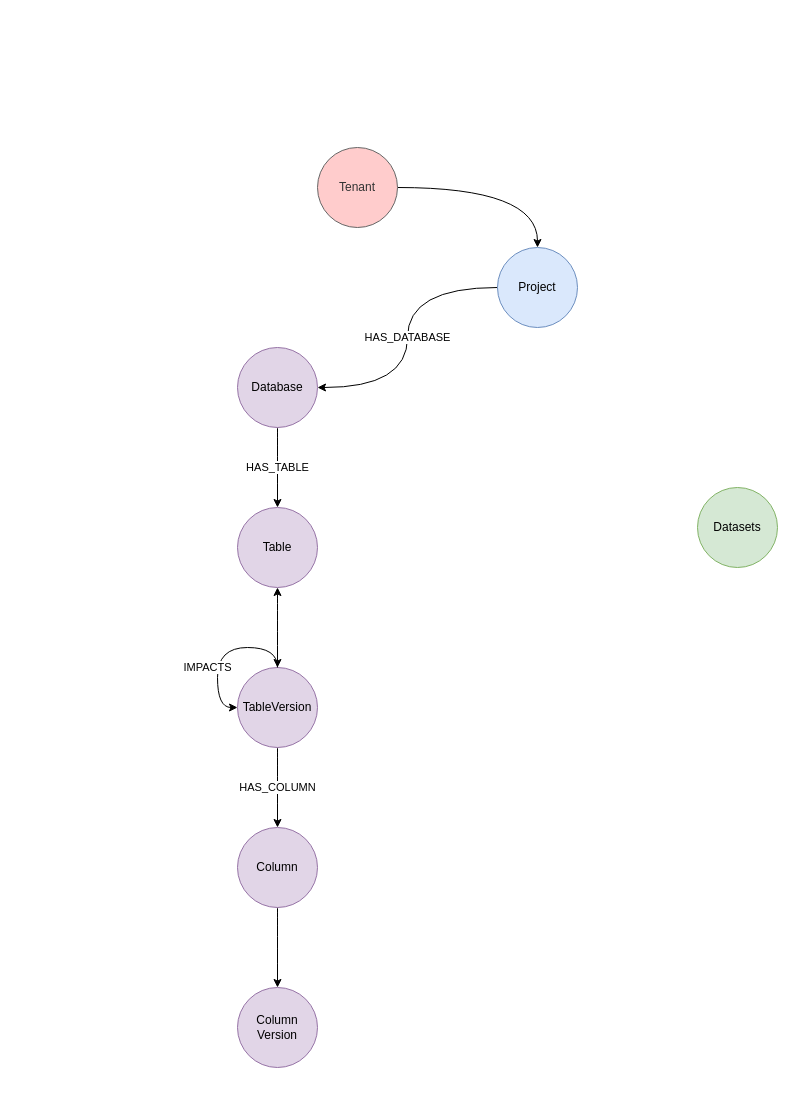
The draw.io diagram diagrams/data-models.drawio in idarb-oss/alinea-doc, before the edit. Source tidied: cells renumbered, new cells numbered last; positions are measured from the earlier drawing's top-left corner, leaving out a move shared by most shapes. Both pictures are drawn from the tidied source at 100%, with x=0, y=0 at pixel (217, 147).
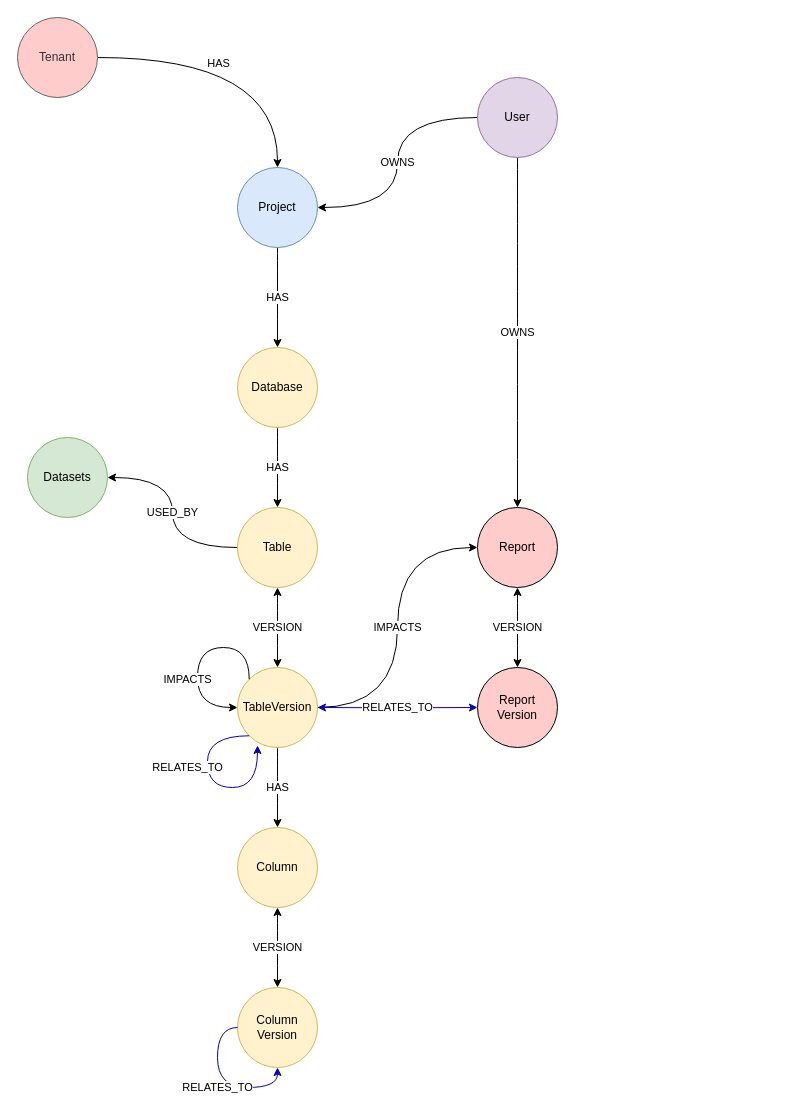
After the change.

Unchanged cells that the change refers to:
```xml
<mxCell id="2" style="edgeStyle=orthogonalEdgeStyle;rounded=0;jettySize=auto;html=1;exitX=1;exitY=0.5;exitDx=0;exitDy=0;entryX=0.5;entryY=0;entryDx=0;entryDy=0;curved=1;" parent="1" edge="1" source="3" target="5">
  <mxGeometry relative="1" as="geometry" />
</mxCell>
```

Change to the diagram source:
```diff
@@
+    <mxCell id="17" value="HAS" style="edgeLabel;html=1;align=center;verticalAlign=middle;" parent="2" vertex="1">
+      <mxGeometry x="-0.17" y="-5" relative="1" as="geometry" />
+    </mxCell>
     <mxCell id="3" value="Tenant" style="ellipse;whiteSpace=wrap;html=1;strokeColor=#666666;fontColor=#333333;fillColor=#FFCCCC;" parent="1" vertex="1">
-      <mxGeometry x="100" width="80" height="80" as="geometry" />
+      <mxGeometry x="-200" y="-130" width="80" height="80" as="geometry" />
     </mxCell>
-    <mxCell id="4" value="HAS_DATABASE" style="edgeStyle=orthogonalEdgeStyle;curved=1;rounded=0;jettySize=auto;html=1;exitX=0;exitY=0.5;exitDx=0;exitDy=0;entryX=1;entryY=0.5;entryDx=0;entryDy=0;" parent="1" edge="1" source="5" target="8">
+    <mxCell id="4" value="HAS" style="edgeStyle=orthogonalEdgeStyle;curved=1;rounded=0;jettySize=auto;html=1;exitX=0.5;exitY=1;exitDx=0;exitDy=0;entryX=0.5;entryY=0;entryDx=0;entryDy=0;" parent="1" edge="1" source="5" target="8">
       <mxGeometry relative="1" as="geometry" />
     </mxCell>
     <mxCell id="5" value="Project" style="ellipse;whiteSpace=wrap;html=1;fillColor=#dae8fc;strokeColor=#6c8ebf;" parent="1" vertex="1">
-      <mxGeometry x="280" y="100" width="80" height="80" as="geometry" />
+      <mxGeometry x="20" y="20" width="80" height="80" as="geometry" />
     </mxCell>
     <mxCell id="6" value="Datasets" style="ellipse;whiteSpace=wrap;html=1;fillColor=#d5e8d4;strokeColor=#82b366;" parent="1" vertex="1">
-      <mxGeometry x="480" y="340" width="80" height="80" as="geometry" />
+      <mxGeometry x="-190" y="290" width="80" height="80" as="geometry" />
     </mxCell>
-    <mxCell id="7" value="HAS_TABLE" style="edgeStyle=orthogonalEdgeStyle;curved=1;rounded=0;jettySize=auto;html=1;exitX=0.5;exitY=1;exitDx=0;exitDy=0;entryX=0.5;entryY=0;entryDx=0;entryDy=0;" parent="1" edge="1" source="8" target="10">
+    <mxCell id="7" value="HAS" style="edgeStyle=orthogonalEdgeStyle;curved=1;rounded=0;jettySize=auto;html=1;exitX=0.5;exitY=1;exitDx=0;exitDy=0;entryX=0.5;entryY=0;entryDx=0;entryDy=0;" parent="1" edge="1" source="8" target="10">
       <mxGeometry relative="1" as="geometry" />
     </mxCell>
-    <mxCell id="8" value="Database" style="ellipse;whiteSpace=wrap;html=1;fillColor=#e1d5e7;strokeColor=#9673a6;" parent="1" vertex="1">
+    <mxCell id="8" value="Database" style="ellipse;whiteSpace=wrap;html=1;fillColor=#fff2cc;strokeColor=#d6b656;" parent="1" vertex="1">
       <mxGeometry x="20" y="200" width="80" height="80" as="geometry" />
     </mxCell>
-    <mxCell id="9" style="edgeStyle=orthogonalEdgeStyle;curved=1;rounded=0;jettySize=auto;html=1;exitX=0.5;exitY=1;exitDx=0;exitDy=0;entryX=0.5;entryY=0;entryDx=0;entryDy=0;startArrow=classic;startFill=1;" parent="1" edge="1" source="10" target="12">
+    <mxCell id="9" value="VERSION" style="edgeStyle=orthogonalEdgeStyle;curved=1;rounded=0;jettySize=auto;html=1;exitX=0.5;exitY=1;exitDx=0;exitDy=0;entryX=0.5;entryY=0;entryDx=0;entryDy=0;startArrow=classic;startFill=1;" parent="1" edge="1" source="10" target="12">
       <mxGeometry relative="1" as="geometry" />
     </mxCell>
+    <mxCell id="18" value="USED_BY" style="edgeStyle=orthogonalEdgeStyle;curved=1;rounded=0;jettySize=auto;html=1;exitX=0;exitY=0.5;exitDx=0;exitDy=0;entryX=1;entryY=0.5;entryDx=0;entryDy=0;startArrow=none;startFill=0;" parent="1" edge="1" source="10" target="6">
+      <mxGeometry relative="1" as="geometry" />
+    </mxCell>
-    <mxCell id="10" value="Table" style="ellipse;whiteSpace=wrap;html=1;fillColor=#e1d5e7;strokeColor=#9673a6;" parent="1" vertex="1">
+    <mxCell id="10" value="Table" style="ellipse;whiteSpace=wrap;html=1;fillColor=#fff2cc;strokeColor=#d6b656;" parent="1" vertex="1">
       <mxGeometry x="20" y="360" width="80" height="80" as="geometry" />
     </mxCell>
-    <mxCell id="11" value="HAS_COLUMN" style="edgeStyle=orthogonalEdgeStyle;curved=1;rounded=0;jettySize=auto;html=1;exitX=0.5;exitY=1;exitDx=0;exitDy=0;entryX=0.5;entryY=0;entryDx=0;entryDy=0;" parent="1" edge="1" source="12" target="14">
+    <mxCell id="11" value="HAS" style="edgeStyle=orthogonalEdgeStyle;curved=1;rounded=0;jettySize=auto;html=1;exitX=0.5;exitY=1;exitDx=0;exitDy=0;entryX=0.5;entryY=0;entryDx=0;entryDy=0;" parent="1" edge="1" source="12" target="14">
       <mxGeometry relative="1" as="geometry" />
     </mxCell>
+    <mxCell id="19" value="IMPACTS" style="edgeStyle=orthogonalEdgeStyle;curved=1;rounded=0;jettySize=auto;html=1;exitX=1;exitY=0.5;exitDx=0;exitDy=0;entryX=0;entryY=0.5;entryDx=0;entryDy=0;startArrow=none;startFill=0;" parent="1" edge="1" source="12" target="25">
+      <mxGeometry relative="1" as="geometry" />
+    </mxCell>
+    <mxCell id="20" value="RELATES_TO" style="edgeStyle=orthogonalEdgeStyle;curved=1;rounded=0;jettySize=auto;html=1;entryX=0;entryY=0.5;entryDx=0;entryDy=0;startArrow=classic;startFill=1;strokeColor=#0000CC;" parent="1" edge="1" target="26">
+      <mxGeometry relative="1" as="geometry">
+        <mxPoint x="100" y="560" as="sourcePoint" />
+      </mxGeometry>
+    </mxCell>
-    <mxCell id="12" value="TableVersion" style="ellipse;whiteSpace=wrap;html=1;fillColor=#e1d5e7;strokeColor=#9673a6;" parent="1" vertex="1">
+    <mxCell id="12" value="TableVersion" style="ellipse;whiteSpace=wrap;html=1;fillColor=#fff2cc;strokeColor=#d6b656;" parent="1" vertex="1">
       <mxGeometry x="20" y="520" width="80" height="80" as="geometry" />
     </mxCell>
-    <mxCell id="13" style="edgeStyle=orthogonalEdgeStyle;curved=1;rounded=0;jettySize=auto;html=1;exitX=0.5;exitY=1;exitDx=0;exitDy=0;entryX=0.5;entryY=0;entryDx=0;entryDy=0;" parent="1" edge="1" source="14" target="15">
+    <mxCell id="13" value="VERSION" style="edgeStyle=orthogonalEdgeStyle;curved=1;rounded=0;jettySize=auto;html=1;exitX=0.5;exitY=1;exitDx=0;exitDy=0;entryX=0.5;entryY=0;entryDx=0;entryDy=0;startArrow=classic;startFill=1;" parent="1" edge="1" source="14" target="15">
       <mxGeometry relative="1" as="geometry" />
     </mxCell>
-    <mxCell id="14" value="Column" style="ellipse;whiteSpace=wrap;html=1;fillColor=#e1d5e7;strokeColor=#9673a6;" parent="1" vertex="1">
+    <mxCell id="14" value="Column" style="ellipse;whiteSpace=wrap;html=1;fillColor=#fff2cc;strokeColor=#d6b656;" parent="1" vertex="1">
       <mxGeometry x="20" y="680" width="80" height="80" as="geometry" />
     </mxCell>
-    <mxCell id="15" value="&lt;div&gt;Column&lt;/div&gt;&lt;div&gt;Version&lt;/div&gt;" style="ellipse;whiteSpace=wrap;html=1;fillColor=#e1d5e7;strokeColor=#9673a6;" parent="1" vertex="1">
+    <mxCell id="15" value="&lt;div&gt;Column&lt;/div&gt;&lt;div&gt;Version&lt;/div&gt;" style="ellipse;whiteSpace=wrap;html=1;fillColor=#fff2cc;strokeColor=#d6b656;" parent="1" vertex="1">
       <mxGeometry x="20" y="840" width="80" height="80" as="geometry" />
     </mxCell>
-    <mxCell id="16" value="IMPACTS" style="edgeStyle=orthogonalEdgeStyle;curved=1;rounded=0;orthogonalLoop=1;jettySize=auto;html=1;exitX=0.5;exitY=0;exitDx=0;exitDy=0;entryX=0;entryY=0.5;entryDx=0;entryDy=0;" parent="1" edge="1" source="12" target="12">
+    <mxCell id="16" value="IMPACTS" style="edgeStyle=orthogonalEdgeStyle;curved=1;rounded=0;orthogonalLoop=1;jettySize=auto;html=1;exitX=0;exitY=0;exitDx=0;exitDy=0;entryX=0;entryY=0.5;entryDx=0;entryDy=0;" parent="1" edge="1" source="12" target="12">
       <mxGeometry x="0.25" y="-10" relative="1" as="geometry">
         <Array as="points">
-          <mxPoint x="60" y="500" />
-          <mxPoint y="500" />
-          <mxPoint y="560" />
+          <mxPoint x="32" y="500" />
+          <mxPoint x="-20" y="500" />
+          <mxPoint x="-20" y="560" />
         </Array>
       </mxGeometry>
     </mxCell>
+    <mxCell id="21" value="OWNS" style="edgeStyle=orthogonalEdgeStyle;curved=1;rounded=0;jettySize=auto;html=1;exitX=0;exitY=0.5;exitDx=0;exitDy=0;entryX=1;entryY=0.5;entryDx=0;entryDy=0;startArrow=none;startFill=0;" parent="1" edge="1" source="23" target="5">
+      <mxGeometry relative="1" as="geometry" />
+    </mxCell>
+    <mxCell id="22" value="OWNS" style="edgeStyle=orthogonalEdgeStyle;curved=1;rounded=0;jettySize=auto;html=1;exitX=0.5;exitY=1;exitDx=0;exitDy=0;entryX=0.5;entryY=0;entryDx=0;entryDy=0;startArrow=none;startFill=0;" parent="1" edge="1" source="23" target="25">
+      <mxGeometry relative="1" as="geometry" />
+    </mxCell>
+    <mxCell id="23" value="User" style="ellipse;whiteSpace=wrap;html=1;fillColor=#e1d5e7;strokeColor=#9673a6;" parent="1" vertex="1">
+      <mxGeometry x="260" y="-70" width="80" height="80" as="geometry" />
+    </mxCell>
+    <mxCell id="24" value="VERSION" style="edgeStyle=orthogonalEdgeStyle;curved=1;rounded=0;jettySize=auto;html=1;exitX=0.5;exitY=1;exitDx=0;exitDy=0;entryX=0.5;entryY=0;entryDx=0;entryDy=0;startArrow=classic;startFill=1;" parent="1" edge="1" source="25" target="26">
+      <mxGeometry relative="1" as="geometry" />
+    </mxCell>
+    <mxCell id="25" value="Report" style="ellipse;whiteSpace=wrap;html=1;fillColor=#FFCCCC;" parent="1" vertex="1">
+      <mxGeometry x="260" y="360" width="80" height="80" as="geometry" />
+    </mxCell>
+    <mxCell id="26" value="&lt;div&gt;Report&lt;/div&gt;Version" style="ellipse;whiteSpace=wrap;html=1;fillColor=#FFCCCC;" parent="1" vertex="1">
+      <mxGeometry x="260" y="520" width="80" height="80" as="geometry" />
+    </mxCell>
+    <mxCell id="27" value="RELATES_TO" style="edgeStyle=orthogonalEdgeStyle;curved=1;rounded=0;orthogonalLoop=1;jettySize=auto;html=1;exitX=0;exitY=1;exitDx=0;exitDy=0;entryX=0.25;entryY=0.975;entryDx=0;entryDy=0;startArrow=none;startFill=0;strokeColor=#0000CC;entryPerimeter=0;" parent="1" edge="1" source="12" target="12">
+      <mxGeometry x="-0.21" y="-20" relative="1" as="geometry">
+        <Array as="points">
+          <mxPoint x="-10" y="588" />
+          <mxPoint x="-10" y="640" />
+          <mxPoint x="40" y="640" />
+        </Array>
+      </mxGeometry>
+    </mxCell>
+    <mxCell id="28" value="RELATES_TO" style="edgeStyle=orthogonalEdgeStyle;curved=1;rounded=0;orthogonalLoop=1;jettySize=auto;html=1;exitX=0;exitY=0.5;exitDx=0;exitDy=0;entryX=0.5;entryY=1;entryDx=0;entryDy=0;startArrow=none;startFill=0;strokeColor=#0000CC;" parent="1" edge="1" source="15" target="15">
+      <mxGeometry relative="1" as="geometry" />
+    </mxCell>
```
